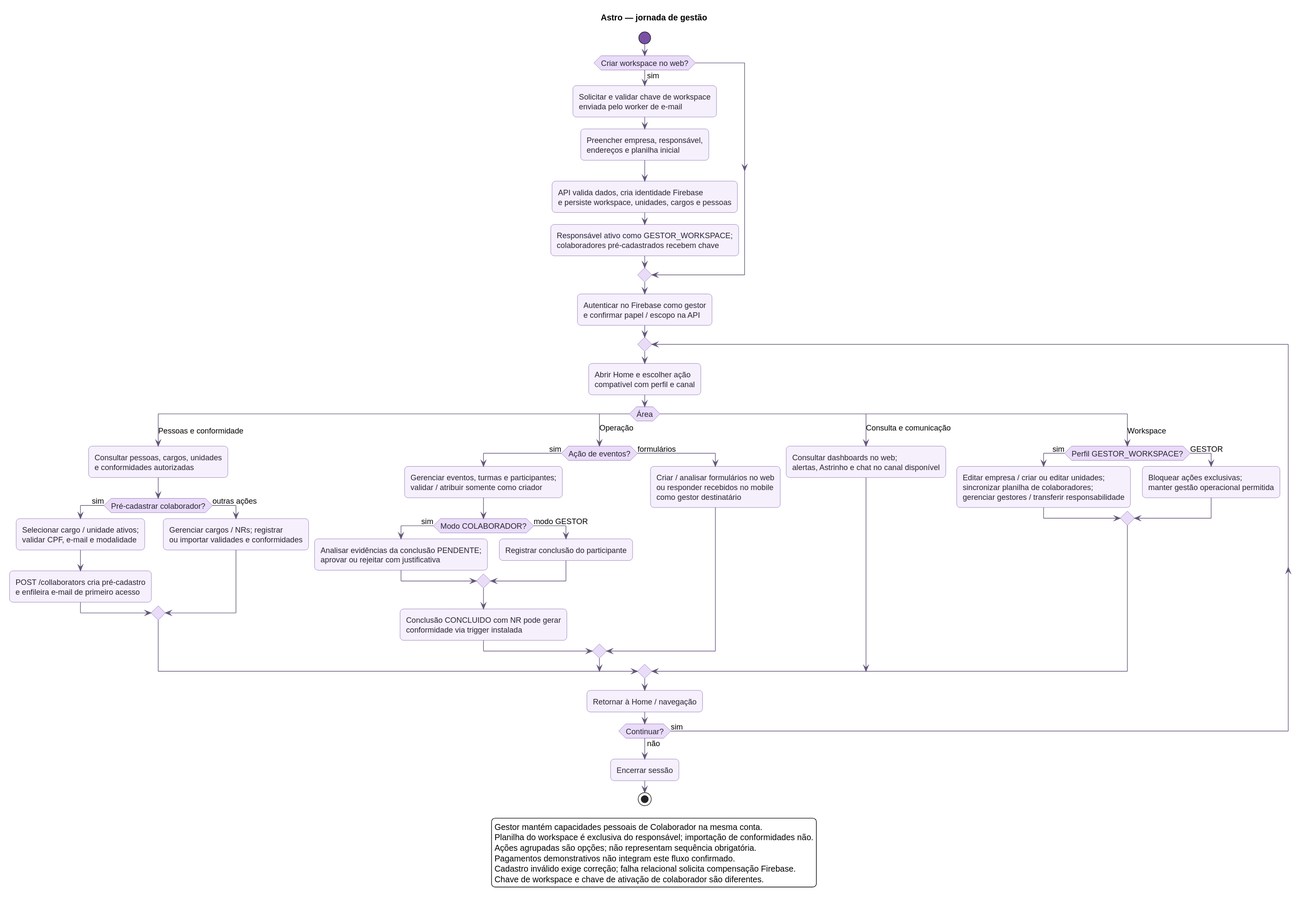
This is diagrams/rendered/fluxo_gestor.svg from Astro-Inter/astro-eqs-diagrams, a PlantUML export, as it was before one commit.
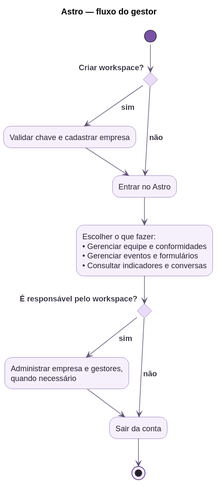
After the change.

The edit, as a diff of the source:
```diff
@@ -1,57 +1,21 @@
 @startuml
 !pragma layout smetana
 !include estilo.iuml
-title Astro — jornada de gestão
-start
-if (Criar workspace no web?) then (sim)
-  :Solicitar e validar chave de workspace\nenviada pelo worker de e-mail;
-  :Preencher empresa, responsável,\nendereços e planilha inicial;
-  :API valida dados, cria identidade Firebase\ne persiste workspace, unidades, cargos e pessoas;
-  :Responsável ativo como GESTOR_WORKSPACE;\ncolaboradores pré-cadastrados recebem chave;
+title Astro — fluxo do gestor
+
+(*) --> if "<back:white>Criar workspace?   </back>" then
+  -->[<back:white>sim</back>] "Validar chave e cadastrar empresa" as criar
+  --> "Entrar no Astro" as entrar
+else
+  -->[<back:white>não</back>] entrar
 endif
-:Autenticar no Firebase como gestor\ne confirmar papel / escopo na API;
-repeat
-  :Abrir Home e escolher ação\ncompatível com perfil e canal;
-  switch (Área)
-  case (Pessoas e conformidade)
-    :Consultar pessoas, cargos, unidades\ne conformidades autorizadas;
-    if (Pré-cadastrar colaborador?) then (sim)
-      :Selecionar cargo / unidade ativos;\nvalidar CPF, e-mail e modalidade;
-      :POST /collaborators cria pré-cadastro\ne enfileira e-mail de primeiro acesso;
-    else (outras ações)
-      :Gerenciar cargos / NRs; registrar\nou importar validades e conformidades;
-    endif
-  case (Operação)
-    if (Ação de eventos?) then (sim)
-      :Gerenciar eventos, turmas e participantes;\nvalidar / atribuir somente como criador;
-      if (Modo COLABORADOR?) then (sim)
-        :Analisar evidências da conclusão PENDENTE;\naprovar ou rejeitar com justificativa;
-      else (modo GESTOR)
-        :Registrar conclusão do participante;
-      endif
-      :Conclusão CONCLUIDO com NR pode gerar\nconformidade via trigger instalada;
-    else (formulários)
-      :Criar / analisar formulários no web\nou responder recebidos no mobile\ncomo gestor destinatário;
-    endif
-  case (Consulta e comunicação)
-    :Consultar dashboards no web;\nalertas, Astrinho e chat no canal disponível;
-  case (Workspace)
-    if (Perfil GESTOR_WORKSPACE?) then (sim)
-      :Editar empresa / criar ou editar unidades;\nsincronizar planilha de colaboradores;\ngerenciar gestores / transferir responsabilidade;
-    else (GESTOR)
-      :Bloquear ações exclusivas;\nmanter gestão operacional permitida;
-    endif
-  endswitch
-  :Retornar à Home / navegação;
-repeat while (Continuar?) is (sim) not (não)
-:Encerrar sessão;
-stop
-legend bottom
-  Gestor mantém capacidades pessoais de Colaborador na mesma conta.
-  Planilha do workspace é exclusiva do responsável; importação de conformidades não.
-  Ações agrupadas são opções; não representam sequência obrigatória.
-  Pagamentos demonstrativos não integram este fluxo confirmado.
-  Cadastro inválido exige correção; falha relacional solicita compensação Firebase.
-  Chave de workspace e chave de ativação de colaborador são diferentes.
-endlegend
+
+entrar --> "Escolher o que fazer:\n• Gerenciar equipe e conformidades\n• Gerenciar eventos e formulários\n• Consultar indicadores e conversas" as opcoes
+--> if "<back:white>É responsável pelo workspace?   </back>" then
+  -->[<back:white>sim</back>] "Administrar empresa e gestores,\nquando necessário" as administrar
+  --> "Sair da conta" as sair
+else
+  -->[<back:white>não</back>] sair
+endif
+sair --> (*)
 @enduml
```
